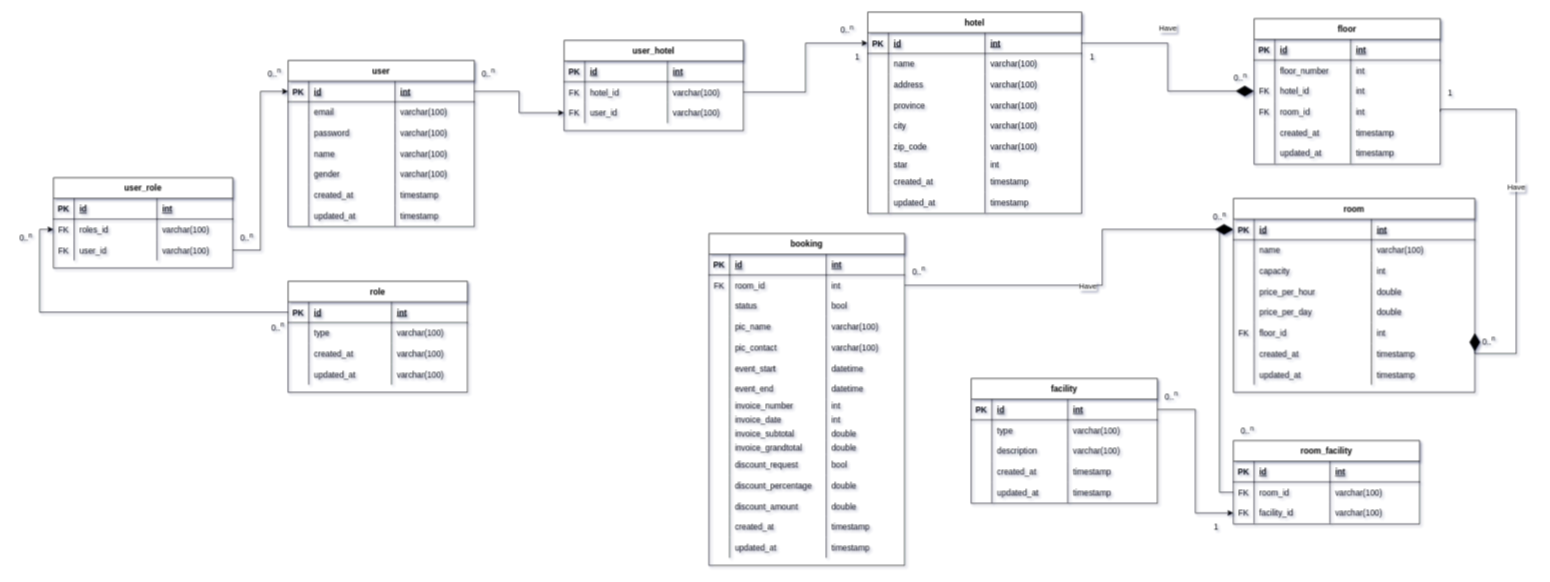
Above: page "NEW ERD Master" (4 of 5) of entity_relationship_diagram/Booking_hotel.drawio in ariejanuarb/hotel_booking (draw.io), before the change. Source tidied: cells renumbered, new cells numbered last; positions are measured from the earlier drawing's top-left corner, leaving out a move shared by most shapes. Both pictures are drawn from the tidied source at 69%, with x=0, y=0 at pixel (12, 12).
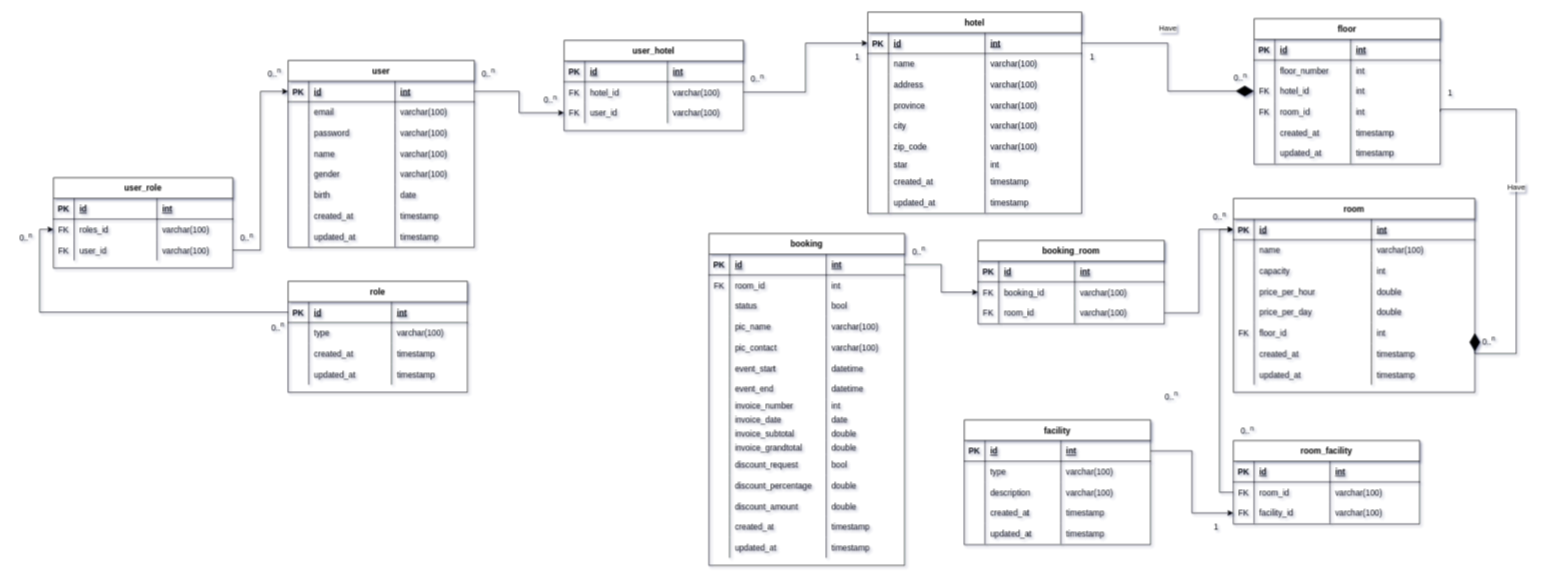
Above is the later version.

The change refers to these unchanged cells:
```xml
<mxCell id="11" style="shape=partialRectangle;fillColor=none;top=0;left=0;right=0;bottom=0;" parent="2" vertex="1">
  <mxGeometry y="90" width="260" height="30" as="geometry" />
</mxCell>
<mxCell id="15" style="shape=partialRectangle;fillColor=none;top=0;left=0;right=0;bottom=0;" parent="2" vertex="1">
  <mxGeometry y="120" width="260" height="30" as="geometry" />
</mxCell>
<mxCell id="74" style="shape=partialRectangle;fillColor=none;points=[[0,0.5],[1,0.5]];portConstraint=eastwest;top=0;left=0;right=0;bottom=1;" parent="73" vertex="1">
  <mxGeometry y="30" width="350" height="30" as="geometry" />
</mxCell>
<mxCell id="154" style="shape=partialRectangle;fillColor=none;points=[[0,0.5],[1,0.5]];portConstraint=eastwest;top=0;left=0;right=0;bottom=1;" parent="153" vertex="1">
  <mxGeometry y="30" width="283.6" height="30" as="geometry" />
</mxCell>
<mxCell id="158" style="shape=partialRectangle;fillColor=none;points=[[0,0.5],[1,0.5]];portConstraint=eastwest;top=0;left=0;right=0;bottom=0;" parent="153" vertex="1">
  <mxGeometry y="60" width="283.6" height="30" as="geometry" />
</mxCell>
<mxCell id="186" style="shape=partialRectangle;fillColor=none;top=0;left=0;right=0;bottom=0;" parent="153" vertex="1">
  <mxGeometry y="260" width="283.6" height="20" as="geometry" />
</mxCell>
```

Diff of the diagram source:
```diff
@@
-    <mxCell id="14" value="varchar(100)" style="shape=partialRectangle;overflow=hidden;fillColor=none;top=0;left=0;bottom=0;right=0;align=left;spacingLeft=6;" parent="11" vertex="1">
+    <mxCell id="14" value="timestamp" style="shape=partialRectangle;overflow=hidden;fillColor=none;top=0;left=0;bottom=0;right=0;align=left;spacingLeft=6;" parent="11" vertex="1">
       <mxGeometry x="150" width="110" height="30" as="geometry" />
     </mxCell>
@@
-    <mxCell id="18" value="varchar(100)" style="shape=partialRectangle;overflow=hidden;fillColor=none;top=0;left=0;bottom=0;right=0;align=left;spacingLeft=6;" parent="15" vertex="1">
+    <mxCell id="18" value="timestamp" style="shape=partialRectangle;overflow=hidden;fillColor=none;top=0;left=0;bottom=0;right=0;align=left;spacingLeft=6;" parent="15" vertex="1">
       <mxGeometry x="150" width="110" height="30" as="geometry" />
     </mxCell>
     <mxCell id="19" value="user" style="shape=table;startSize=30;childLayout=tableLayout;rowLines=0;fontStyle=1;align=center;" parent="1" vertex="1">
-      <mxGeometry x="400" y="70" width="270" height="241" as="geometry" />
+      <mxGeometry x="400" y="70" width="270" height="271" as="geometry" />
     </mxCell>
@@
+    <mxCell id="296" style="shape=partialRectangle;fillColor=none;top=0;left=0;right=0;bottom=0;" parent="19" vertex="1">
+      <mxGeometry y="180" width="270" height="30" as="geometry" />
+    </mxCell>
+    <mxCell id="297" style="shape=partialRectangle;overflow=hidden;fillColor=none;top=0;left=0;bottom=0;right=0;" parent="296" vertex="1">
+      <mxGeometry width="30" height="30" as="geometry" />
+    </mxCell>
+    <mxCell id="298" value="birth" style="shape=partialRectangle;overflow=hidden;fillColor=none;top=0;left=0;bottom=0;right=0;align=left;spacingLeft=6;" parent="296" vertex="1">
+      <mxGeometry x="30" width="125" height="30" as="geometry" />
+    </mxCell>
+    <mxCell id="299" value="date" style="shape=partialRectangle;overflow=hidden;fillColor=none;top=0;left=0;bottom=0;right=0;align=left;spacingLeft=6;" parent="296" vertex="1">
+      <mxGeometry x="155" width="115" height="30" as="geometry" />
+    </mxCell>
     <mxCell id="40" style="shape=partialRectangle;fillColor=none;top=0;left=0;right=0;bottom=0;" parent="19" vertex="1">
-      <mxGeometry y="180" width="270" height="30" as="geometry" />
+      <mxGeometry y="210" width="270" height="30" as="geometry" />
     </mxCell>
@@
     <mxCell id="44" style="shape=partialRectangle;fillColor=none;top=0;left=0;right=0;bottom=0;" parent="19" vertex="1">
-      <mxGeometry y="210" width="270" height="30" as="geometry" />
+      <mxGeometry y="240" width="270" height="30" as="geometry" />
     </mxCell>
@@
-    <mxCell id="151" style="endArrow=diamondThin;endFill=1;endSize=24;html=1;rounded=0;edgeStyle=orthogonalEdgeStyle;entryX=0;entryY=0.5;entryDx=0;entryDy=0;exitX=1;exitY=0.5;exitDx=0;exitDy=0;" parent="1" edge="1" source="158" target="74">
-      <mxGeometry relative="1" as="geometry">
-        <Array as="points">
-          <mxPoint x="1580" y="396" />
-          <mxPoint x="1580" y="315" />
-        </Array>
-      </mxGeometry>
-    </mxCell>
-    <mxCell id="152" value="Have" style="edgeLabel;html=1;align=center;verticalAlign=middle;" parent="151" vertex="1">
-      <mxGeometry x="-0.19" y="-1" relative="1" as="geometry">
-        <mxPoint x="39" y="-1" as="offset" />
-      </mxGeometry>
-    </mxCell>
@@
-    <mxCell id="189" value="int" style="shape=partialRectangle;overflow=hidden;fillColor=none;top=0;left=0;bottom=0;right=0;align=left;spacingLeft=6;" parent="186" vertex="1">
+    <mxCell id="189" value="date" style="shape=partialRectangle;overflow=hidden;fillColor=none;top=0;left=0;bottom=0;right=0;align=left;spacingLeft=6;" parent="186" vertex="1">
       <mxGeometry x="170" width="113.6" height="20" as="geometry" />
     </mxCell>
@@
     <mxCell id="220" value="0..&lt;sup&gt;n&lt;/sup&gt;" style="text;html=1;align=center;verticalAlign=middle;strokeColor=none;fillColor=none;" parent="1" vertex="1">
-      <mxGeometry x="1293.6" y="360" width="40" height="30" as="geometry" />
+      <mxGeometry x="1293.6" y="331" width="40" height="30" as="geometry" />
     </mxCell>
     <mxCell id="221" value="facility" style="shape=table;startSize=30;childLayout=tableLayout;rowLines=0;fontStyle=1;align=center;" parent="1" vertex="1">
-      <mxGeometry x="1390" y="531" width="270" height="181" as="geometry" />
+      <mxGeometry x="1380" y="591" width="270" height="181" as="geometry" />
     </mxCell>
@@
     <mxCell id="294" value="0..&lt;sup&gt;n&lt;/sup&gt;" style="text;html=1;align=center;verticalAlign=middle;strokeColor=none;fillColor=none;" parent="1" vertex="1">
-      <mxGeometry x="1190" y="9.5" width="40" height="30" as="geometry" />
+      <mxGeometry x="1060" y="81" width="40" height="30" as="geometry" />
     </mxCell>
@@
+    <mxCell id="300" value="booking_room" style="shape=table;startSize=30;childLayout=tableLayout;rowLines=0;fontStyle=1;align=center;" parent="1" vertex="1">
+      <mxGeometry x="1400" y="331" width="270" height="121" as="geometry" />
+    </mxCell>
+    <mxCell id="301" style="shape=partialRectangle;fillColor=none;top=0;left=0;right=0;bottom=1;" parent="300" vertex="1">
+      <mxGeometry y="30" width="270" height="30" as="geometry" />
+    </mxCell>
+    <mxCell id="302" value="PK" style="shape=partialRectangle;overflow=hidden;fillColor=none;top=0;left=0;bottom=0;right=0;fontStyle=1;" parent="301" vertex="1">
+      <mxGeometry width="30" height="30" as="geometry" />
+    </mxCell>
+    <mxCell id="303" value="id" style="shape=partialRectangle;overflow=hidden;fillColor=none;top=0;left=0;bottom=0;right=0;align=left;spacingLeft=6;fontStyle=5;" parent="301" vertex="1">
+      <mxGeometry x="30" width="110" height="30" as="geometry" />
+    </mxCell>
+    <mxCell id="304" value="int" style="shape=partialRectangle;overflow=hidden;fillColor=none;top=0;left=0;bottom=0;right=0;align=left;spacingLeft=6;fontStyle=5;" parent="301" vertex="1">
+      <mxGeometry x="140" width="130" height="30" as="geometry" />
+    </mxCell>
+    <mxCell id="305" style="shape=partialRectangle;fillColor=none;points=[[0,0.5],[1,0.5]];portConstraint=eastwest;top=0;left=0;right=0;bottom=0;" parent="300" vertex="1">
+      <mxGeometry y="60" width="270" height="30" as="geometry" />
+    </mxCell>
+    <mxCell id="306" value="FK" style="shape=partialRectangle;overflow=hidden;fillColor=none;top=0;left=0;bottom=0;right=0;" parent="305" vertex="1">
+      <mxGeometry width="30" height="30" as="geometry" />
+    </mxCell>
+    <mxCell id="307" value="booking_id" style="shape=partialRectangle;overflow=hidden;fillColor=none;top=0;left=0;bottom=0;right=0;align=left;spacingLeft=6;" parent="305" vertex="1">
+      <mxGeometry x="30" width="110" height="30" as="geometry" />
+    </mxCell>
+    <mxCell id="308" value="varchar(100)" style="shape=partialRectangle;overflow=hidden;fillColor=none;top=0;left=0;bottom=0;right=0;align=left;spacingLeft=6;" parent="305" vertex="1">
+      <mxGeometry x="140" width="130" height="30" as="geometry" />
+    </mxCell>
+    <mxCell id="309" style="shape=partialRectangle;fillColor=none;points=[[0,0.5],[1,0.5]];portConstraint=eastwest;top=0;left=0;right=0;bottom=0;" parent="300" vertex="1">
+      <mxGeometry y="90" width="270" height="30" as="geometry" />
+    </mxCell>
+    <mxCell id="310" value="FK" style="shape=partialRectangle;overflow=hidden;fillColor=none;top=0;left=0;bottom=0;right=0;" parent="309" vertex="1">
+      <mxGeometry width="30" height="30" as="geometry" />
+    </mxCell>
+    <mxCell id="311" value="room_id" style="shape=partialRectangle;overflow=hidden;fillColor=none;top=0;left=0;bottom=0;right=0;align=left;spacingLeft=6;" parent="309" vertex="1">
+      <mxGeometry x="30" width="110" height="30" as="geometry" />
+    </mxCell>
+    <mxCell id="312" value="varchar(100)" style="shape=partialRectangle;overflow=hidden;fillColor=none;top=0;left=0;bottom=0;right=0;align=left;spacingLeft=6;" parent="309" vertex="1">
+      <mxGeometry x="140" width="130" height="30" as="geometry" />
+    </mxCell>
+    <mxCell id="313" style="edgeStyle=orthogonalEdgeStyle;rounded=0;jettySize=auto;html=1;exitX=1;exitY=0.5;exitDx=0;exitDy=0;entryX=0;entryY=0.5;entryDx=0;entryDy=0;" parent="1" edge="1" source="154" target="305">
+      <mxGeometry relative="1" as="geometry" />
+    </mxCell>
+    <mxCell id="314" style="edgeStyle=orthogonalEdgeStyle;rounded=0;jettySize=auto;html=1;exitX=1;exitY=0.5;exitDx=0;exitDy=0;entryX=0;entryY=0.5;entryDx=0;entryDy=0;" parent="1" edge="1" source="309" target="74">
+      <mxGeometry relative="1" as="geometry" />
+    </mxCell>
+    <mxCell id="315" value="0..&lt;sup&gt;n&lt;/sup&gt;" style="text;html=1;align=center;verticalAlign=middle;strokeColor=none;fillColor=none;" parent="1" vertex="1">
+      <mxGeometry x="760" y="111" width="40" height="30" as="geometry" />
+    </mxCell>
```
